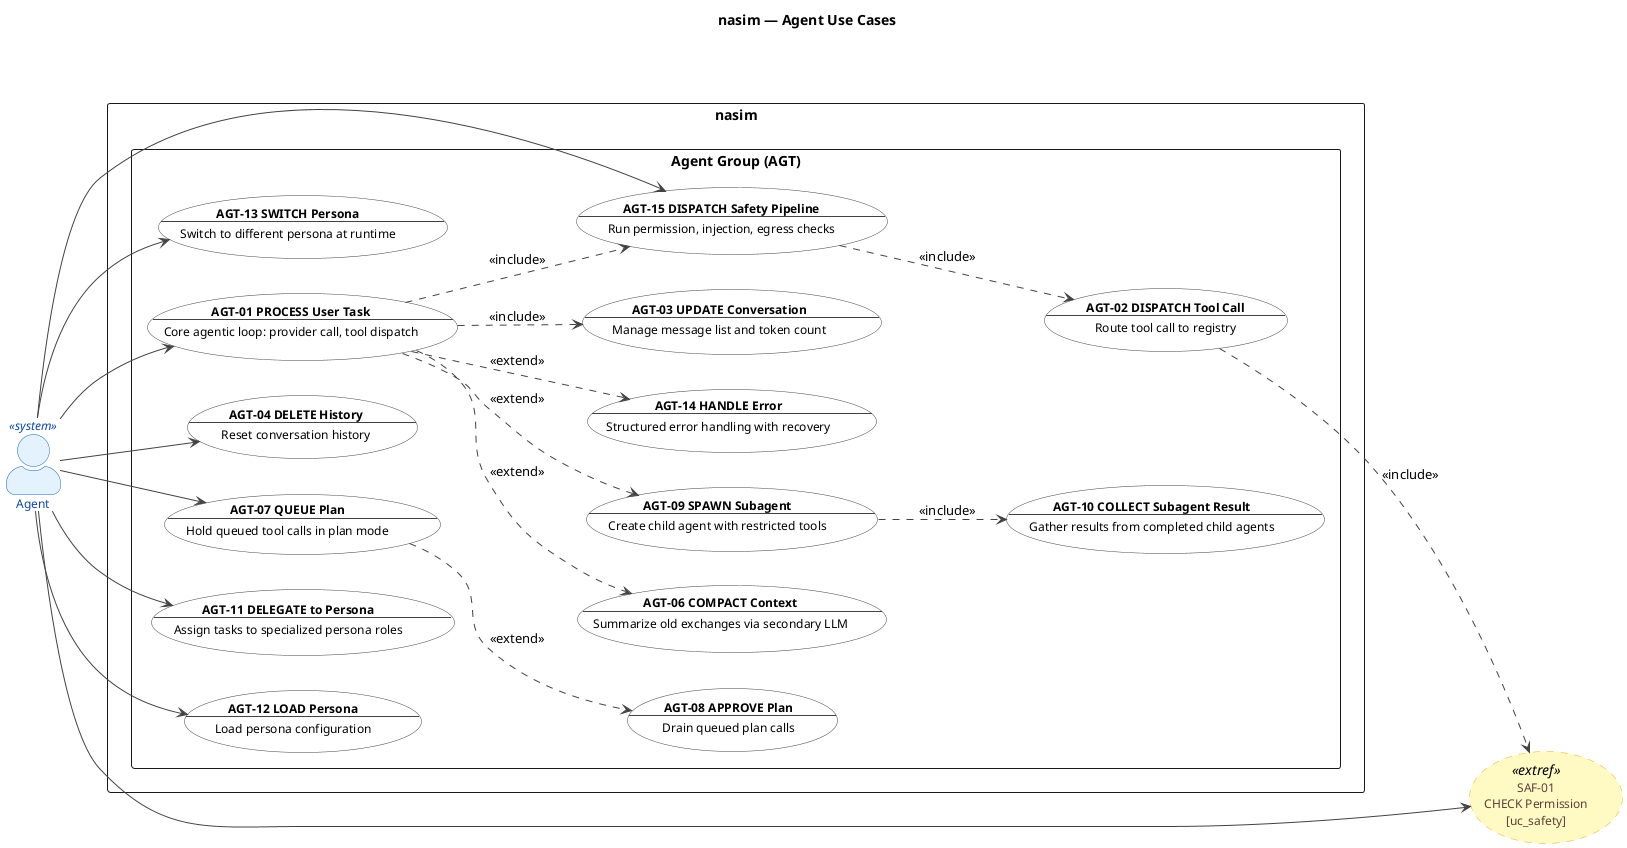
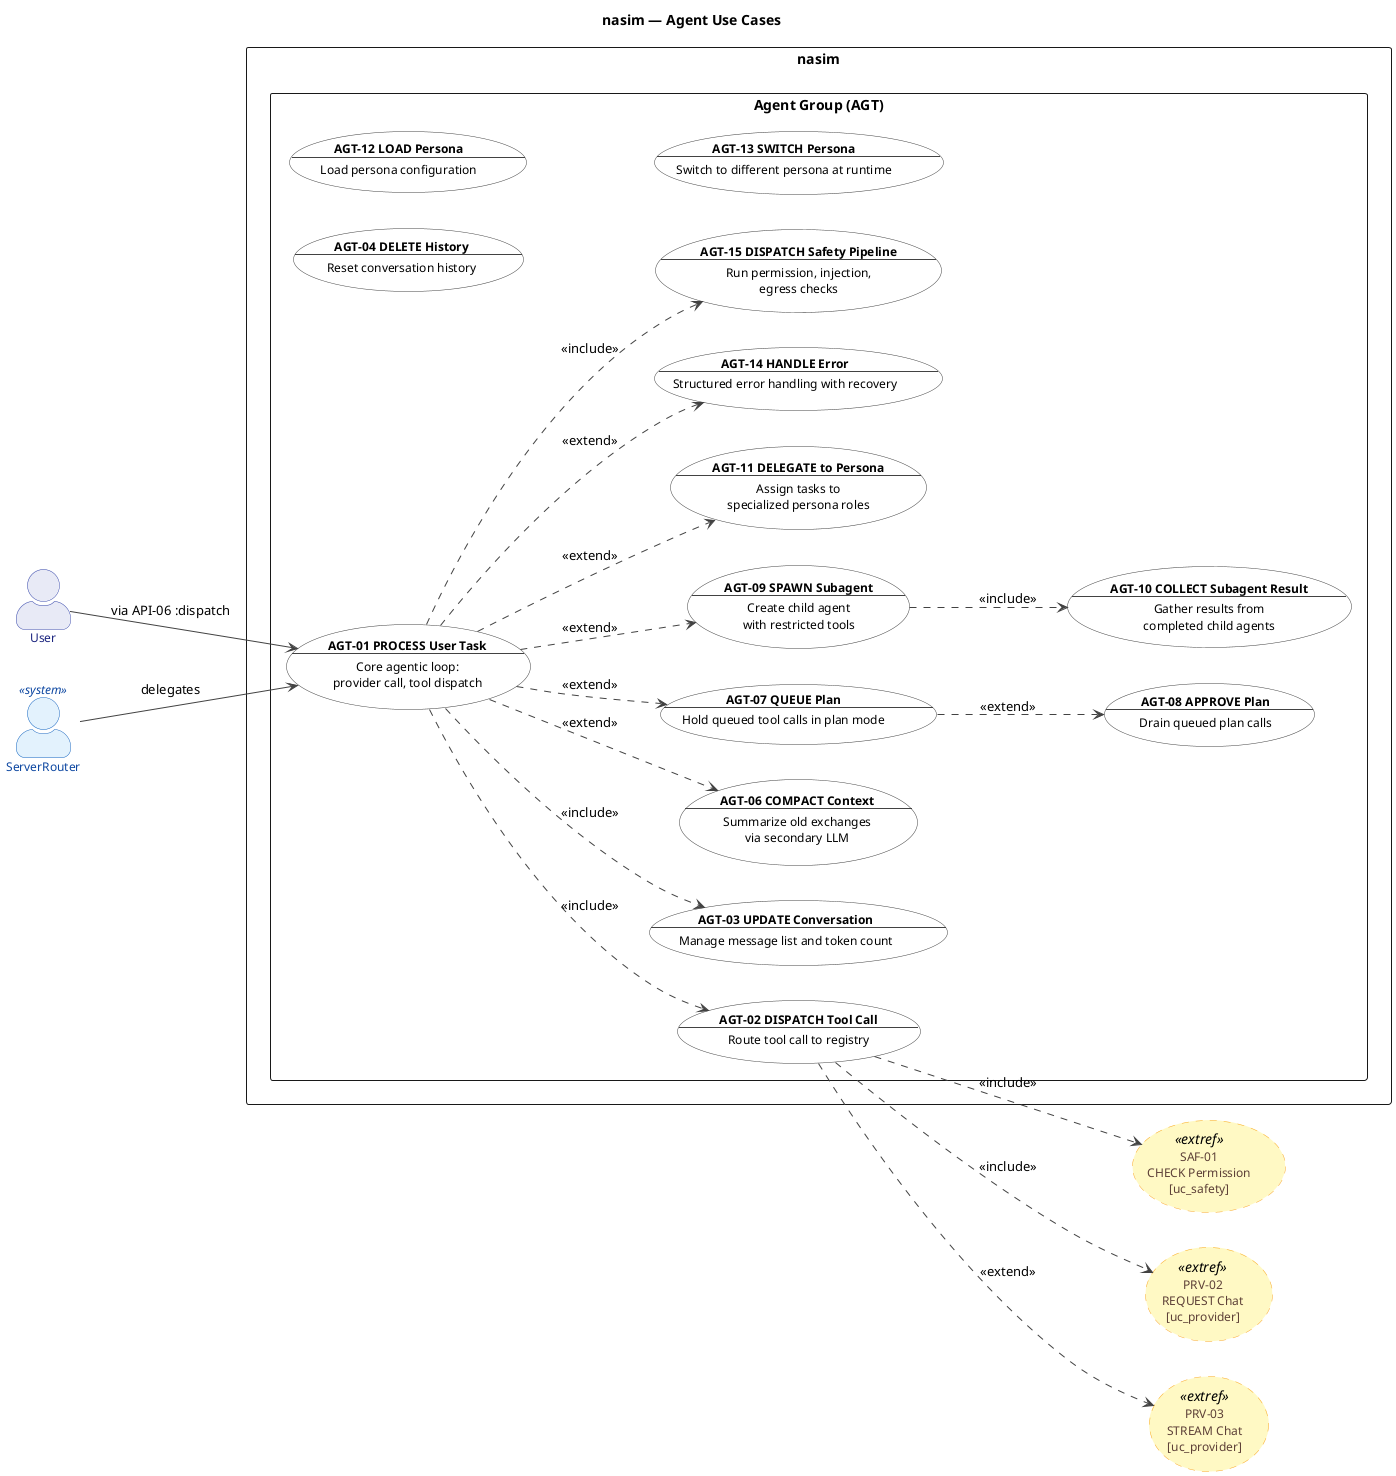
@startuml uc_agent

' ============================================================
' Title:     nasim — UC: Agent Group
' Group:     AGT (Agent Core)
' Boundary:  nasim code agent
- ' Purpose:   Core agentic loop, permissions, context, plans, subagents
+ ' Purpose:   Core agentic loop: provider call, tool dispatch,
+ '            conversation history, context compaction, plans,
+ '            subagents, personas, error handling, safety pipeline.
+ '            Entry chain: User → ServerRouter → AgentOrchestrator
' Milestone: v1.0
' Version:   9.1.0
- ' Source:    docs/ENTITIES.md
- ' Review:    docs/audit/audit.2026.06.20.uc-layer.car.md
+ ' Source:    docs/ENTITIES.md, docs/UC/README.md
+ ' Review:    CAR refinement loop 2026-06-27
+ ' SQ:        sq_agt01..sq_agt15
' ============================================================

left to right direction

title nasim — Agent Use Cases

skinparam actorStyle awesome
skinparam packageStyle rectangle

skinparam usecase {
  BackgroundColor #FFFFFF
  BorderColor #424242
  FontColor #000000
  ArrowColor #424242
  FontSize 12
}

skinparam actor {
  BackgroundColor #E8EAF6
  BorderColor #3949AB
  FontColor #1A237E
  FontSize 12
}

skinparam actor<<system>> {
  BackgroundColor #E3F2FD
  BorderColor #1565C0
  FontColor #0D47A1
}

skinparam usecase<<extref>> {
  BackgroundColor #FFF9C4
  BorderColor #F9A825
  FontColor #5D4037
  BorderStyle dashed
}

' ============================================================
' Actors
' ============================================================

- actor "Agent" as Agent <<system>>
+ actor "User" as User
+ actor "ServerRouter" as Router <<system>>

' ============================================================
' Cross-Group External References
' ============================================================

usecase "SAF-01\nCHECK Permission\n[uc_safety]" as SAF01_ext <<extref>>
+ usecase "PRV-02\nREQUEST Chat\n[uc_provider]" as PRV02_ext <<extref>>
+ usecase "PRV-03\nSTREAM Chat\n[uc_provider]" as PRV03_ext <<extref>>

' ============================================================
' System Boundary
' ============================================================

rectangle "nasim" {
  package "Agent Group (AGT)" {
-     usecase "**AGT-01 PROCESS User Task**\n--\nCore agentic loop: provider call, tool dispatch" as AGT01
+     usecase "**AGT-01 PROCESS User Task**\n--\nCore agentic loop:\nprovider call, tool dispatch" as AGT01
    usecase "**AGT-02 DISPATCH Tool Call**\n--\nRoute tool call to registry" as AGT02
    usecase "**AGT-03 UPDATE Conversation**\n--\nManage message list and token count" as AGT03
    usecase "**AGT-04 DELETE History**\n--\nReset conversation history" as AGT04
-     usecase "**AGT-06 COMPACT Context**\n--\nSummarize old exchanges via secondary LLM" as AGT06
+     usecase "**AGT-06 COMPACT Context**\n--\nSummarize old exchanges\nvia secondary LLM" as AGT06
    usecase "**AGT-07 QUEUE Plan**\n--\nHold queued tool calls in plan mode" as AGT07
    usecase "**AGT-08 APPROVE Plan**\n--\nDrain queued plan calls" as AGT08
-     usecase "**AGT-09 SPAWN Subagent**\n--\nCreate child agent with restricted tools" as AGT09
-     usecase "**AGT-10 COLLECT Subagent Result**\n--\nGather results from completed child agents" as AGT10
-     usecase "**AGT-11 DELEGATE to Persona**\n--\nAssign tasks to specialized persona roles" as AGT11
+     usecase "**AGT-09 SPAWN Subagent**\n--\nCreate child agent\nwith restricted tools" as AGT09
+     usecase "**AGT-10 COLLECT Subagent Result**\n--\nGather results from\ncompleted child agents" as AGT10
+     usecase "**AGT-11 DELEGATE to Persona**\n--\nAssign tasks to\nspecialized persona roles" as AGT11
    usecase "**AGT-12 LOAD Persona**\n--\nLoad persona configuration" as AGT12
    usecase "**AGT-13 SWITCH Persona**\n--\nSwitch to different persona at runtime" as AGT13
    usecase "**AGT-14 HANDLE Error**\n--\nStructured error handling with recovery" as AGT14
-     usecase "**AGT-15 DISPATCH Safety Pipeline**\n--\nRun permission, injection, egress checks" as AGT15
+     usecase "**AGT-15 DISPATCH Safety Pipeline**\n--\nRun permission, injection,\negress checks" as AGT15
  }
}

' ============================================================
' Actor -> Use Case Associations
' ============================================================

- Agent --> AGT01
- Agent --> AGT04
- Agent --> AGT07
- Agent --> AGT11
- Agent --> AGT12
- Agent --> AGT13
- Agent --> AGT15
- Agent --> SAF01_ext
+ User --> AGT01 : via API-06 :dispatch
+ Router --> AGT01 : delegates

' ============================================================
- ' Relationships
+ ' Relationships (downward <<include>> only)
' ============================================================

+ AGT01 ..> AGT02 : <<include>>
+ AGT01 ..> AGT03 : <<include>>
+ AGT01 ..> AGT06 : <<extend>>
+ AGT01 ..> AGT07 : <<extend>>
+ AGT01 ..> AGT09 : <<extend>>
+ AGT01 ..> AGT11 : <<extend>>
+ AGT01 ..> AGT14 : <<extend>>
AGT01 ..> AGT15 : <<include>>
- AGT01 ..> AGT03 : <<include>>
- AGT15 ..> AGT02 : <<include>>
+ 
AGT02 ..> SAF01_ext : <<include>>
- AGT01 ..> AGT06 : <<extend>>
+ AGT02 ..> PRV02_ext : <<include>>
+ AGT02 ..> PRV03_ext : <<extend>>
+ 
AGT07 ..> AGT08 : <<extend>>
- AGT01 ..> AGT09 : <<extend>>
+ 
AGT09 ..> AGT10 : <<include>>
- AGT01 ..> AGT14 : <<extend>>

@enduml
